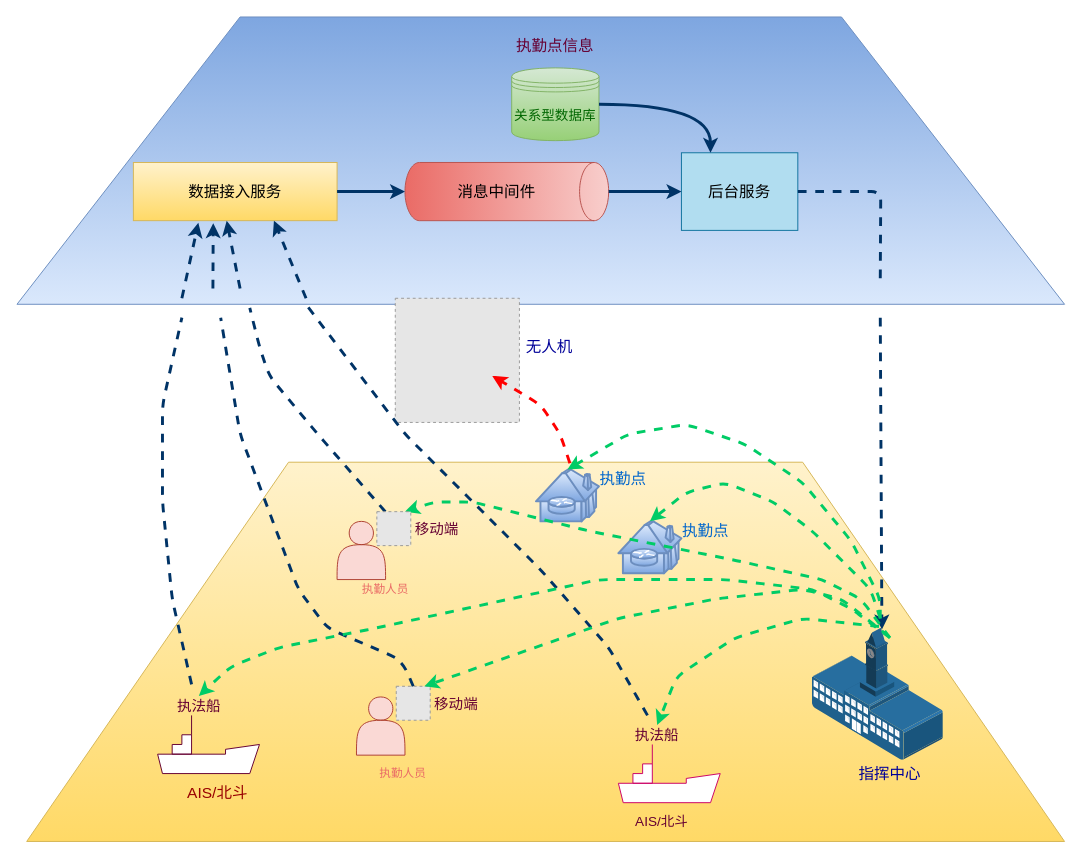
Above: 指挥调度模块.drawio in singleYU/WPF_Docs (draw.io), before the change. Source tidied: cells renumbered, new cells numbered last; positions are measured from the earlier drawing's top-left corner, leaving out a move shared by most shapes. Both pictures are drawn from the tidied source at 97%, with x=0, y=0 at pixel (16, 16). Pictures stored in the file or linked from it are replaced by grey dashed boxes.
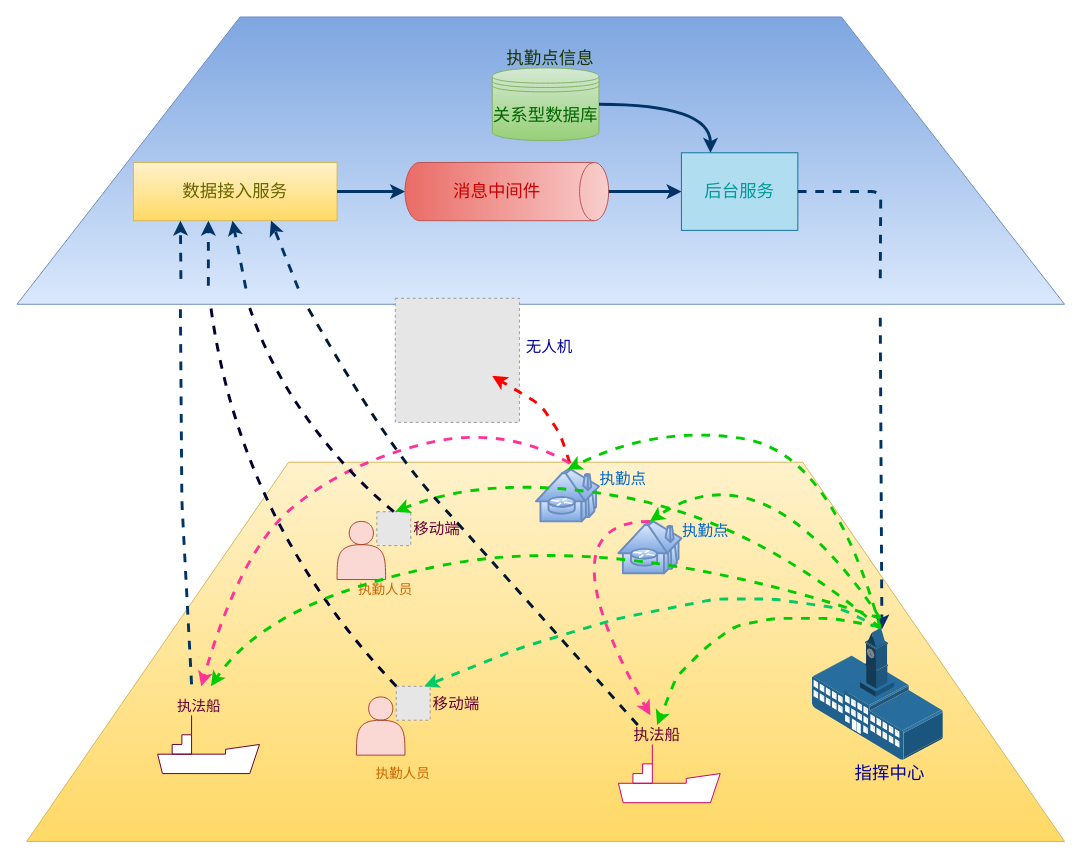
After the change.

Commit message:
更新指挥调度模块.drawio

The change refers to these unchanged cells:
```xml
<mxCell id="2" style="shape=trapezoid;perimeter=trapezoidPerimeter;whiteSpace=wrap;html=1;fixedSize=1;fontSize=14;size=230;fillColor=#dae8fc;strokeColor=#6c8ebf;gradientColor=#7ea6e0;gradientDirection=north;" parent="1" vertex="1">
  <mxGeometry width="1080" height="296.2" as="geometry" />
</mxCell>
<mxCell id="9" value="执法船" style="text;html=1;strokeColor=none;fillColor=none;align=center;verticalAlign=middle;whiteSpace=wrap;rounded=0;fontSize=15;fontColor=#660033;" parent="1" vertex="1">
  <mxGeometry x="162.5" y="700" width="50" height="20" as="geometry" />
</mxCell>
<mxCell id="14" style="group;" parent="1" vertex="1">
  <mxGeometry x="350" y="690" width="127.5" height="100" as="geometry" />
</mxCell>
<mxCell id="18" style="fillColor=#E6E6E6;strokeColor=#999999;dashed=1;html=1;verticalAlign=top;verticalLabelPosition=bottom;labelBackgroundColor=#ffffff;fontColor=#EA6B66;" parent="14" vertex="1">
  <mxGeometry x="41" width="35" height="35" as="geometry" />
</mxCell>
<mxCell id="19" style="points=[];html=1;align=center;shadow=0;dashed=0;image;image=img/lib/allied_telesis/buildings/School_Building.svg;fontSize=14;fontColor=#0F0C0E;strokeColor=#CC0066;fillColor=none;gradientColor=#ffffff;" parent="1" vertex="1">
  <mxGeometry x="820" y="630" width="135" height="136.5" as="geometry" />
</mxCell>
<mxCell id="33" style="shape=mxgraph.cisco.buildings.telecommuter_house;html=1;dashed=0;fillColor=#dae8fc;strokeColor=#6c8ebf;strokeWidth=2;verticalLabelPosition=bottom;verticalAlign=top;align=center;outlineConnect=0;fontSize=16;gradientColor=#7ea6e0;" parent="1" vertex="1">
  <mxGeometry x="620" y="520" width="65" height="53.5" as="geometry" />
</mxCell>
<mxCell id="34" style="shape=mxgraph.cisco.buildings.telecommuter_house;html=1;dashed=0;fillColor=#dae8fc;strokeColor=#6c8ebf;strokeWidth=2;verticalLabelPosition=bottom;verticalAlign=top;align=center;outlineConnect=0;fontSize=16;gradientColor=#7ea6e0;" parent="1" vertex="1">
  <mxGeometry x="535" y="466.5" width="65" height="53.5" as="geometry" />
</mxCell>
<mxCell id="49" style="group;" parent="1" vertex="1">
  <mxGeometry x="330" y="510" width="127.5" height="70" as="geometry" />
</mxCell>
<mxCell id="52" style="fillColor=#E6E6E6;strokeColor=#999999;dashed=1;html=1;verticalAlign=top;verticalLabelPosition=bottom;labelBackgroundColor=#ffffff;fontColor=#EA6B66;" parent="49" vertex="1">
  <mxGeometry x="41" width="35" height="35" as="geometry" />
</mxCell>
```

What changed in the source:
```diff
@@
-    <mxCell id="5" value="关系型数据库" style="shape=datastore;whiteSpace=wrap;html=1;fillColor=#d5e8d4;strokeColor=#82b366;gradientColor=#97d077;fontColor=#006600;fontSize=14;" parent="1" vertex="1">
-      <mxGeometry x="510" y="52.5" width="90" height="75" as="geometry" />
+    <mxCell id="5" value="关系型数据库" style="shape=datastore;whiteSpace=wrap;html=1;fillColor=#d5e8d4;strokeColor=#82b366;gradientColor=#97d077;fontColor=#006600;fontSize=18;" parent="1" vertex="1">
+      <mxGeometry x="490" y="52.5" width="110" height="75" as="geometry" />
     </mxCell>
@@
-    <mxCell id="7" value="执勤点信息" style="text;html=1;strokeColor=none;fillColor=none;align=center;verticalAlign=middle;whiteSpace=wrap;rounded=0;fontSize=16;fontColor=#660033;" parent="1" vertex="1">
-      <mxGeometry x="510" y="20" width="90" height="20" as="geometry" />
+    <mxCell id="7" value="执勤点信息" style="text;html=1;strokeColor=none;fillColor=none;align=center;verticalAlign=middle;whiteSpace=wrap;rounded=0;fontSize=18;fontColor=#1A3300;" parent="1" vertex="1">
+      <mxGeometry x="490" y="32.5" width="120" height="20" as="geometry" />
     </mxCell>
-    <mxCell id="8" value="数据接入服务" style="rounded=0;whiteSpace=wrap;html=1;fontSize=16;fillColor=#fff2cc;strokeColor=#d6b656;gradientDirection=south;gradientColor=#ffd966;" parent="1" vertex="1">
+    <mxCell id="8" value="数据接入服务" style="rounded=0;whiteSpace=wrap;html=1;fontSize=18;fillColor=#fff2cc;strokeColor=#d6b656;gradientDirection=south;gradientColor=#ffd966;fontColor=#666600;" parent="1" vertex="1">
       <mxGeometry x="120" y="150" width="210" height="60" as="geometry" />
     </mxCell>
@@
-    <mxCell id="10" value="AIS/北斗" style="text;html=1;strokeColor=none;fillColor=none;align=center;verticalAlign=middle;whiteSpace=wrap;rounded=0;fontSize=16;fontColor=#990000;" parent="1" vertex="1">
-      <mxGeometry x="162.5" y="790" width="87.5" height="20" as="geometry" />
-    </mxCell>
-    <mxCell id="11" value="&amp;nbsp;消息中间件" style="shape=cylinder3;whiteSpace=wrap;html=1;boundedLbl=1;backgroundOutline=1;size=15;fontSize=16;strokeColor=#b85450;gradientColor=#ea6b66;direction=south;fillColor=#f8cecc;rotation=0;" parent="1" vertex="1">
+    <mxCell id="11" value="&amp;nbsp;消息中间件" style="shape=cylinder3;whiteSpace=wrap;html=1;boundedLbl=1;backgroundOutline=1;size=15;fontSize=18;strokeColor=#b85450;gradientColor=#ea6b66;direction=south;fillColor=#f8cecc;rotation=0;fontColor=#CC0000;" parent="1" vertex="1">
       <mxGeometry x="400" y="150" width="210" height="60" as="geometry" />
     </mxCell>
-    <mxCell id="12" value="AIS/北斗" style="text;html=1;strokeColor=none;fillColor=none;align=center;verticalAlign=middle;whiteSpace=wrap;rounded=0;fontSize=14;fontColor=#660033;" parent="1" vertex="1">
-      <mxGeometry x="635" y="820" width="60" height="20" as="geometry" />
-    </mxCell>
-    <mxCell id="13" value="执法船" style="text;html=1;strokeColor=none;fillColor=none;align=center;verticalAlign=middle;whiteSpace=wrap;rounded=0;fontSize=15;fontColor=#660033;" parent="1" vertex="1">
+    <mxCell id="13" value="执法船" style="text;html=1;strokeColor=none;fillColor=none;align=center;verticalAlign=middle;whiteSpace=wrap;rounded=0;fontSize=16;fontColor=#660033;" parent="1" vertex="1">
       <mxGeometry x="635" y="730" width="50" height="20" as="geometry" />
     </mxCell>
@@
-    <mxCell id="15" value="执勤人员" style="text;html=1;strokeColor=none;fillColor=none;align=center;verticalAlign=middle;whiteSpace=wrap;rounded=0;fontColor=#EA6B66;" parent="14" vertex="1">
+    <mxCell id="15" value="执勤人员" style="text;html=1;strokeColor=none;fillColor=none;align=center;verticalAlign=middle;whiteSpace=wrap;rounded=0;fontColor=#CC6600;fontSize=14;" parent="14" vertex="1">
       <mxGeometry x="17.5" y="80" width="60" height="20" as="geometry" />
     </mxCell>
-    <mxCell id="16" value="移动端" style="text;html=1;strokeColor=none;fillColor=none;align=center;verticalAlign=middle;whiteSpace=wrap;rounded=0;fontSize=15;fontColor=#660033;" parent="14" vertex="1">
+    <mxCell id="16" value="移动端" style="text;html=1;strokeColor=none;fillColor=none;align=center;verticalAlign=middle;whiteSpace=wrap;rounded=0;fontSize=16;fontColor=#660033;" parent="14" vertex="1">
       <mxGeometry x="77.5" y="7.5" width="50" height="20" as="geometry" />
     </mxCell>
@@
-    <mxCell id="20" value="后台服务" style="rounded=0;whiteSpace=wrap;html=1;fontSize=16;strokeColor=#10739e;fillColor=#b1ddf0;" parent="1" vertex="1">
+    <mxCell id="20" value="后台服务" style="rounded=0;whiteSpace=wrap;html=1;fontSize=18;strokeColor=#10739e;fillColor=#b1ddf0;fontColor=#009999;" parent="1" vertex="1">
       <mxGeometry x="685" y="140" width="120" height="80" as="geometry" />
     </mxCell>
@@
-    <mxCell id="22" style="endArrow=none;html=1;dashed=1;fontSize=16;fontColor=#0F0C0E;strokeColor=#003366;strokeWidth=3;" parent="1" edge="1">
+    <mxCell id="22" style="endArrow=none;html=1;dashed=1;fontSize=16;fontColor=#0F0C0E;strokeColor=#003366;strokeWidth=3;entryX=0.156;entryY=1.009;entryDx=0;entryDy=0;entryPerimeter=0;" parent="1" edge="1" target="2">
       <mxGeometry relative="1" as="geometry">
         <mxPoint x="180" y="688" as="sourcePoint" />
-        <mxPoint x="170" y="310" as="targetPoint" />
         <Array as="points">
-          <mxPoint x="160" y="600" />
-          <mxPoint x="150" y="500" />
-          <mxPoint x="150" y="400" />
+          <mxPoint x="170" y="500" />
         </Array>
       </mxGeometry>
     </mxCell>
-    <mxCell id="23" style="endArrow=classic;html=1;dashed=1;fontSize=16;fontColor=#0F0C0E;strokeColor=#003366;strokeWidth=3;entryX=0.319;entryY=1.037;entryDx=0;entryDy=0;entryPerimeter=0;" parent="1" edge="1" target="8">
+    <mxCell id="23" style="endArrow=classic;html=1;dashed=1;fontSize=18;fontColor=#0F0C0E;strokeColor=#003366;strokeWidth=3;entryX=0.25;entryY=1;entryDx=0;entryDy=0;" parent="1" edge="1">
       <mxGeometry relative="1" as="geometry">
-        <mxPoint x="170" y="290" as="sourcePoint" />
+        <mxPoint x="169" y="270" as="sourcePoint" />
+        <mxPoint x="168.5" y="210" as="targetPoint" />
       </mxGeometry>
     </mxCell>
-    <mxCell id="24" style="endArrow=none;html=1;dashed=1;fontSize=16;fontColor=#0F0C0E;strokeColor=#003366;strokeWidth=3;" parent="1" edge="1">
-      <mxGeometry relative="1" as="geometry">
-        <mxPoint x="650" y="720" as="sourcePoint" />
-        <mxPoint x="300" y="299" as="targetPoint" />
-        <Array as="points">
-          <mxPoint x="610" y="650" />
-          <mxPoint x="540" y="570" />
-          <mxPoint x="400" y="430" />
-        </Array>
-      </mxGeometry>
-    </mxCell>
-    <mxCell id="25" style="endArrow=classic;html=1;dashed=1;fontSize=16;fontColor=#0F0C0E;strokeColor=#003366;strokeWidth=3;entryX=0.69;entryY=1;entryDx=0;entryDy=0;entryPerimeter=0;" parent="1" edge="1" target="8">
+    <mxCell id="25" style="endArrow=classic;html=1;dashed=1;fontSize=16;fontColor=#0F0C0E;strokeColor=#003366;strokeWidth=3;entryX=0.69;entryY=1;entryDx=0;entryDy=0;entryPerimeter=0;" parent="1" edge="1">
       <mxGeometry relative="1" as="geometry">
-        <mxPoint x="298" y="290" as="sourcePoint" />
+        <mxPoint x="290" y="280" as="sourcePoint" />
+        <mxPoint x="261.9" y="210" as="targetPoint" />
       </mxGeometry>
     </mxCell>
-    <mxCell id="26" style="endArrow=none;html=1;dashed=1;fontSize=16;fontColor=#0F0C0E;strokeColor=#003366;strokeWidth=3;exitX=0.25;exitY=0;exitDx=0;exitDy=0;" parent="1" edge="1" source="52">
-      <mxGeometry relative="1" as="geometry">
-        <mxPoint x="240" y="300" as="targetPoint" />
-        <Array as="points">
-          <mxPoint x="310" y="430" />
-          <mxPoint x="260" y="370" />
-          <mxPoint x="250" y="340" />
-        </Array>
-      </mxGeometry>
-    </mxCell>
-    <mxCell id="27" style="endArrow=classic;html=1;dashed=1;fontSize=16;fontColor=#0F0C0E;strokeColor=#003366;strokeWidth=3;" parent="1" edge="1">
+    <mxCell id="27" style="endArrow=classic;html=1;dashed=1;fontSize=18;fontColor=#0F0C0E;strokeColor=#003366;strokeWidth=3;" parent="1" edge="1">
       <mxGeometry relative="1" as="geometry">
-        <mxPoint x="230" y="280" as="sourcePoint" />
-        <mxPoint x="216.2" y="210" as="targetPoint" />
+        <mxPoint x="236" y="280" as="sourcePoint" />
+        <mxPoint x="222.2" y="210" as="targetPoint" />
       </mxGeometry>
     </mxCell>
-    <mxCell id="28" style="endArrow=none;html=1;dashed=1;fontSize=16;fontColor=#0F0C0E;strokeColor=#003366;strokeWidth=3;exitX=0.5;exitY=0;exitDx=0;exitDy=0;" parent="1" edge="1" source="18">
-      <mxGeometry relative="1" as="geometry">
-        <mxPoint x="210" y="310" as="targetPoint" />
-        <Array as="points">
-          <mxPoint x="400" y="670" />
-          <mxPoint x="390" y="660" />
-          <mxPoint x="320" y="630" />
-          <mxPoint x="290" y="590" />
-          <mxPoint x="230" y="430" />
-        </Array>
-      </mxGeometry>
-    </mxCell>
-    <mxCell id="29" style="endArrow=classic;html=1;dashed=1;fontSize=16;fontColor=#0F0C0E;strokeColor=#003366;strokeWidth=3;entryX=0.392;entryY=1.044;entryDx=0;entryDy=0;entryPerimeter=0;" parent="1" edge="1" target="8">
+    <mxCell id="29" style="endArrow=classic;html=1;dashed=1;fontSize=18;fontColor=#0F0C0E;strokeColor=#003366;strokeWidth=3;" parent="1" edge="1">
       <mxGeometry relative="1" as="geometry">
-        <mxPoint x="202" y="280" as="sourcePoint" />
+        <mxPoint x="197.3" y="277" as="sourcePoint" />
+        <mxPoint x="197.3" y="210" as="targetPoint" />
       </mxGeometry>
     </mxCell>
-    <mxCell id="30" style="endArrow=classic;html=1;fontSize=16;fontColor=#0F0C0E;strokeColor=#003366;strokeWidth=3;entryX=0.5;entryY=1;entryDx=0;entryDy=0;entryPerimeter=0;exitX=1;exitY=0.5;exitDx=0;exitDy=0;" parent="1" edge="1" source="8" target="11">
+    <mxCell id="30" style="endArrow=classic;html=1;fontSize=18;fontColor=#0F0C0E;strokeColor=#003366;strokeWidth=3;entryX=0.5;entryY=1;entryDx=0;entryDy=0;entryPerimeter=0;exitX=1;exitY=0.5;exitDx=0;exitDy=0;" parent="1" edge="1" source="8" target="11">
       <mxGeometry relative="1" as="geometry" />
     </mxCell>
-    <mxCell id="31" style="endArrow=classic;html=1;fontSize=16;fontColor=#0F0C0E;strokeColor=#003366;strokeWidth=3;entryX=0;entryY=0.5;entryDx=0;entryDy=0;exitX=0.5;exitY=0;exitDx=0;exitDy=0;exitPerimeter=0;" parent="1" edge="1" source="11" target="20">
+    <mxCell id="31" style="endArrow=classic;html=1;fontSize=18;fontColor=#0F0C0E;strokeColor=#003366;strokeWidth=3;entryX=0;entryY=0.5;entryDx=0;entryDy=0;exitX=0.5;exitY=0;exitDx=0;exitDy=0;exitPerimeter=0;" parent="1" edge="1" source="11" target="20">
       <mxGeometry relative="1" as="geometry" />
     </mxCell>
-    <mxCell id="32" style="endArrow=classic;html=1;fontSize=16;fontColor=#0F0C0E;strokeColor=#003366;strokeWidth=3;entryX=0.25;entryY=0;entryDx=0;entryDy=0;edgeStyle=orthogonalEdgeStyle;curved=1;" parent="1" edge="1" source="5" target="20">
+    <mxCell id="32" style="endArrow=classic;html=1;fontSize=18;fontColor=#0F0C0E;strokeColor=#003366;strokeWidth=3;entryX=0.25;entryY=0;entryDx=0;entryDy=0;edgeStyle=orthogonalEdgeStyle;curved=1;" parent="1" edge="1" source="5" target="20">
       <mxGeometry relative="1" as="geometry" />
     </mxCell>
@@
-    <mxCell id="35" style="endArrow=none;html=1;fontSize=16;fontColor=#0F0C0E;strokeColor=#003366;strokeWidth=3;exitX=1;exitY=0.5;exitDx=0;exitDy=0;edgeStyle=orthogonalEdgeStyle;dashed=1;" parent="1" edge="1" source="20">
+    <mxCell id="35" style="endArrow=none;html=1;fontSize=18;fontColor=#0F0C0E;strokeColor=#003366;strokeWidth=3;exitX=1;exitY=0.5;exitDx=0;exitDy=0;edgeStyle=orthogonalEdgeStyle;dashed=1;" parent="1" edge="1" source="20">
       <mxGeometry relative="1" as="geometry">
         <mxPoint x="890" y="270" as="targetPoint" />
       </mxGeometry>
     </mxCell>
@@
-    <mxCell id="37" style="endArrow=classic;html=1;dashed=1;fontSize=16;fontColor=#0F0C0E;strokeColor=#00CC66;strokeWidth=3;entryX=0.5;entryY=0;entryDx=0;entryDy=0;entryPerimeter=0;" parent="1" edge="1" target="33">
-      <mxGeometry relative="1" as="geometry">
-        <mxPoint x="890" y="620" as="sourcePoint" />
-        <Array as="points">
-          <mxPoint x="880" y="590" />
-          <mxPoint x="850" y="560" />
-          <mxPoint x="820" y="530" />
-          <mxPoint x="780" y="500" />
-          <mxPoint x="730" y="480" />
-          <mxPoint x="690" y="490" />
-        </Array>
-      </mxGeometry>
-    </mxCell>
-    <mxCell id="38" style="endArrow=classic;html=1;dashed=1;fontSize=16;fontColor=#0F0C0E;strokeColor=#00CC66;strokeWidth=3;entryX=0.5;entryY=0;entryDx=0;entryDy=0;entryPerimeter=0;" parent="1" edge="1" target="34">
-      <mxGeometry relative="1" as="geometry">
-        <mxPoint x="890" y="620" as="sourcePoint" />
-        <Array as="points">
-          <mxPoint x="890" y="600" />
-          <mxPoint x="860" y="540" />
-          <mxPoint x="810" y="480" />
-          <mxPoint x="750" y="440" />
-          <mxPoint x="690" y="420" />
-          <mxPoint x="630" y="430" />
-        </Array>
-      </mxGeometry>
-    </mxCell>
-    <mxCell id="39" style="endArrow=classic;html=1;dashed=1;fontSize=16;fontColor=#0F0C0E;strokeColor=#00CC66;strokeWidth=3;entryX=0.5;entryY=0;entryDx=0;entryDy=0;exitX=0.509;exitY=-0.012;exitDx=0;exitDy=0;exitPerimeter=0;" parent="1" edge="1" source="19" target="13">
+    <mxCell id="39" style="endArrow=classic;html=1;dashed=1;fontSize=16;fontColor=#0F0C0E;strokeWidth=3;entryX=0.5;entryY=0;entryDx=0;entryDy=0;exitX=0.509;exitY=-0.012;exitDx=0;exitDy=0;exitPerimeter=0;strokeColor=#00CC00;" parent="1" edge="1" source="19" target="13">
       <mxGeometry relative="1" as="geometry">
         <Array as="points">
-          <mxPoint x="810" y="620" />
-          <mxPoint x="740" y="640" />
+          <mxPoint x="840" y="620" />
+          <mxPoint x="780" y="620" />
+          <mxPoint x="740" y="628" />
+          <mxPoint x="710" y="650" />
           <mxPoint x="680" y="680" />
         </Array>
       </mxGeometry>
     </mxCell>
-    <mxCell id="40" style="endArrow=classic;html=1;dashed=1;fontSize=16;fontColor=#0F0C0E;strokeColor=#00CC66;strokeWidth=3;exitX=0.509;exitY=-0.012;exitDx=0;exitDy=0;exitPerimeter=0;" parent="1" edge="1">
+    <mxCell id="40" style="endArrow=classic;html=1;dashed=1;fontSize=16;fontColor=#0F0C0E;strokeColor=#00CC66;strokeWidth=3;" parent="1" edge="1">
       <mxGeometry relative="1" as="geometry">
-        <mxPoint x="898.7" y="638.4" as="sourcePoint" />
+        <mxPoint x="890" y="630" as="sourcePoint" />
         <mxPoint x="420" y="690" as="targetPoint" />
         <Array as="points">
-          <mxPoint x="850" y="600" />
-          <mxPoint x="810" y="590" />
+          <mxPoint x="850" y="610" />
+          <mxPoint x="780" y="600" />
           <mxPoint x="720" y="600" />
           <mxPoint x="620" y="620" />
+          <mxPoint x="520" y="650" />
         </Array>
       </mxGeometry>
     </mxCell>
-    <mxCell id="41" style="endArrow=classic;html=1;dashed=1;fontSize=16;fontColor=#0F0C0E;strokeColor=#00CC66;strokeWidth=3;" parent="1" edge="1">
-      <mxGeometry relative="1" as="geometry">
-        <mxPoint x="900" y="640" as="sourcePoint" />
-        <mxPoint x="400" y="510" as="targetPoint" />
-        <Array as="points">
-          <mxPoint x="870" y="600" />
-          <mxPoint x="830" y="580" />
-          <mxPoint x="740" y="560" />
-          <mxPoint x="590" y="530" />
-          <mxPoint x="470" y="500" />
-          <mxPoint x="430" y="500" />
-        </Array>
-      </mxGeometry>
-    </mxCell>
-    <mxCell id="42" style="endArrow=classic;html=1;dashed=1;fontSize=16;fontColor=#0F0C0E;strokeColor=#00CC66;strokeWidth=3;entryX=0.5;entryY=0;entryDx=0;entryDy=0;" parent="1" edge="1" target="9">
-      <mxGeometry relative="1" as="geometry">
-        <mxPoint x="900" y="640" as="sourcePoint" />
-        <Array as="points">
-          <mxPoint x="860" y="610" />
-          <mxPoint x="820" y="590" />
-          <mxPoint x="730" y="580" />
-          <mxPoint x="600" y="580" />
-          <mxPoint x="370" y="630" />
-          <mxPoint x="270" y="650" />
-          <mxPoint x="220" y="670" />
-        </Array>
-      </mxGeometry>
-    </mxCell>
@@
-    <mxCell id="46" value="指挥中心" style="text;html=1;strokeColor=none;fillColor=none;align=center;verticalAlign=middle;whiteSpace=wrap;rounded=0;fontSize=16;fontColor=#000099;" parent="1" vertex="1">
+    <mxCell id="46" value="指挥中心" style="text;html=1;strokeColor=none;fillColor=none;align=center;verticalAlign=middle;whiteSpace=wrap;rounded=0;fontSize=18;fontColor=#000099;" parent="1" vertex="1">
       <mxGeometry x="860" y="770" width="80" height="20" as="geometry" />
     </mxCell>
@@
-    <mxCell id="48" value="执勤人员" style="text;html=1;strokeColor=none;fillColor=none;align=center;verticalAlign=middle;whiteSpace=wrap;rounded=0;fontColor=#EA6B66;" parent="1" vertex="1">
+    <mxCell id="48" value="执勤人员" style="text;html=1;strokeColor=none;fillColor=none;align=center;verticalAlign=middle;whiteSpace=wrap;rounded=0;fontSize=14;fontColor=#CC6600;" parent="1" vertex="1">
       <mxGeometry x="350" y="580" width="60" height="20" as="geometry" />
     </mxCell>
@@
-    <mxCell id="50" value="移动端" style="text;html=1;strokeColor=none;fillColor=none;align=center;verticalAlign=middle;whiteSpace=wrap;rounded=0;fontSize=15;fontColor=#660033;" parent="49" vertex="1">
+    <mxCell id="50" value="移动端" style="text;html=1;strokeColor=none;fillColor=none;align=center;verticalAlign=middle;whiteSpace=wrap;rounded=0;fontSize=16;fontColor=#660033;" parent="49" vertex="1">
       <mxGeometry x="77.5" y="7.5" width="50" height="20" as="geometry" />
     </mxCell>
@@
+    <mxCell id="53" style="curved=1;endArrow=classic;html=1;dashed=1;fontSize=16;fontColor=#666600;strokeWidth=3;strokeColor=#FF3399;" parent="1" edge="1">
+      <mxGeometry relative="1" as="geometry">
+        <mxPoint x="570" y="460" as="sourcePoint" />
+        <mxPoint x="190" y="690" as="targetPoint" />
+        <Array as="points">
+          <mxPoint x="500" y="420" />
+          <mxPoint x="340" y="460" />
+          <mxPoint x="230" y="550" />
+        </Array>
+      </mxGeometry>
+    </mxCell>
+    <mxCell id="54" style="curved=1;endArrow=classic;html=1;dashed=1;fontSize=16;fontColor=#666600;strokeColor=#FF3399;strokeWidth=3;exitX=0.5;exitY=0;exitDx=0;exitDy=0;exitPerimeter=0;" parent="1" edge="1" source="33">
+      <mxGeometry relative="1" as="geometry">
+        <mxPoint x="653" y="720" as="targetPoint" />
+        <Array as="points">
+          <mxPoint x="540" y="520" />
+        </Array>
+      </mxGeometry>
+    </mxCell>
+    <mxCell id="55" style="curved=1;endArrow=none;html=1;dashed=1;fontSize=16;fontColor=#666600;strokeWidth=3;endFill=0;exitX=0;exitY=0;exitDx=0;exitDy=0;strokeColor=#000033;" parent="1" edge="1" source="18">
+      <mxGeometry relative="1" as="geometry">
+        <mxPoint x="200" y="300" as="targetPoint" />
+        <Array as="points">
+          <mxPoint x="230" y="520" />
+        </Array>
+      </mxGeometry>
+    </mxCell>
+    <mxCell id="56" style="curved=1;endArrow=none;html=1;dashed=1;fontSize=16;fontColor=#666600;strokeColor=#000033;strokeWidth=3;endFill=0;exitX=0.5;exitY=0;exitDx=0;exitDy=0;" parent="1" edge="1" source="52">
+      <mxGeometry relative="1" as="geometry">
+        <mxPoint x="240" y="300" as="targetPoint" />
+        <Array as="points">
+          <mxPoint x="340" y="470" />
+          <mxPoint x="260" y="360" />
+        </Array>
+      </mxGeometry>
+    </mxCell>
+    <mxCell id="57" style="curved=1;endArrow=classic;html=1;dashed=1;fontSize=16;fontColor=#666600;strokeWidth=3;entryX=0.5;entryY=0;entryDx=0;entryDy=0;entryPerimeter=0;strokeColor=#00CC00;" parent="1" edge="1" target="34">
+      <mxGeometry relative="1" as="geometry">
+        <mxPoint x="890" y="630" as="sourcePoint" />
+        <Array as="points">
+          <mxPoint x="840" y="450" />
+          <mxPoint x="660" y="420" />
+        </Array>
+      </mxGeometry>
+    </mxCell>
+    <mxCell id="58" style="curved=1;endArrow=classic;html=1;dashed=1;fontSize=16;fontColor=#666600;strokeColor=#00CC00;strokeWidth=3;endFill=1;entryX=0.5;entryY=0;entryDx=0;entryDy=0;entryPerimeter=0;" parent="1" edge="1" target="33">
+      <mxGeometry relative="1" as="geometry">
+        <mxPoint x="890" y="620" as="sourcePoint" />
+        <Array as="points">
+          <mxPoint x="770" y="440" />
+        </Array>
+      </mxGeometry>
+    </mxCell>
+    <mxCell id="59" style="curved=1;endArrow=classic;html=1;dashed=1;fontSize=16;fontColor=#666600;strokeColor=#00CC00;strokeWidth=3;" parent="1" edge="1">
+      <mxGeometry relative="1" as="geometry">
+        <mxPoint x="890" y="620" as="sourcePoint" />
+        <mxPoint x="200" y="690" as="targetPoint" />
+        <Array as="points">
+          <mxPoint x="620" y="530" />
+          <mxPoint x="260" y="600" />
+        </Array>
+      </mxGeometry>
+    </mxCell>
+    <mxCell id="60" style="curved=1;endArrow=classic;html=1;dashed=1;fontSize=16;fontColor=#666600;strokeColor=#00CC00;strokeWidth=3;" parent="1" edge="1">
+      <mxGeometry relative="1" as="geometry">
+        <mxPoint x="890" y="630" as="sourcePoint" />
+        <mxPoint x="390" y="510" as="targetPoint" />
+        <Array as="points">
+          <mxPoint x="760" y="520" />
+          <mxPoint x="490" y="470" />
+        </Array>
+      </mxGeometry>
+    </mxCell>
+    <mxCell id="61" style="curved=1;endArrow=none;html=1;dashed=1;fontSize=16;fontColor=#666600;strokeWidth=3;endFill=0;strokeColor=#001933;" parent="1" edge="1">
+      <mxGeometry relative="1" as="geometry">
+        <mxPoint x="640" y="730" as="sourcePoint" />
+        <mxPoint x="300" y="300" as="targetPoint" />
+        <Array as="points">
+          <mxPoint x="480" y="550" />
+          <mxPoint x="380" y="440" />
+        </Array>
+      </mxGeometry>
+    </mxCell>
```
